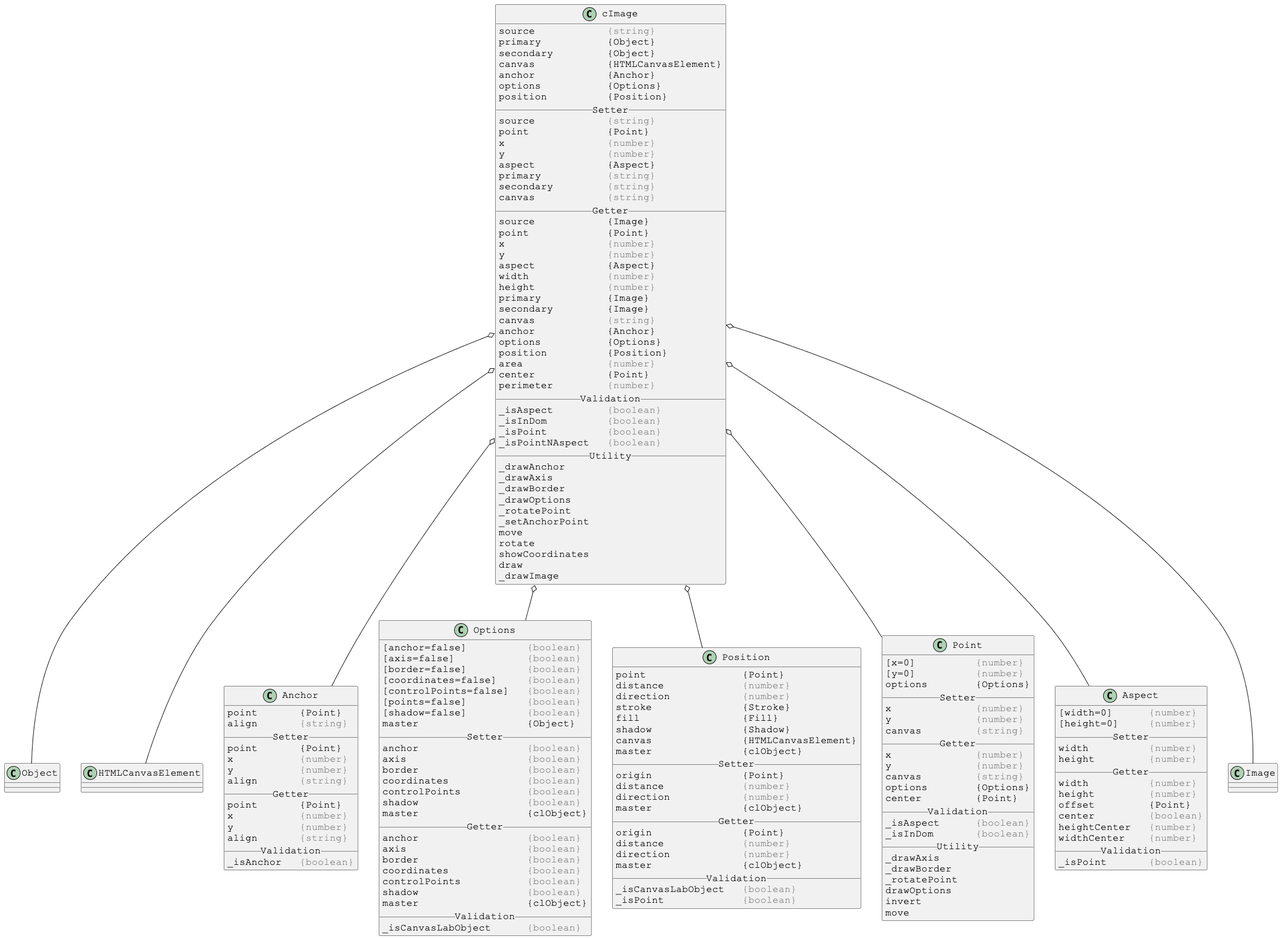
Justin-Byrne/canvasLab keeps this PlantUML diagram as docs/PlantUml/image/linked/cImage-linked.png. Above is the earlier version.
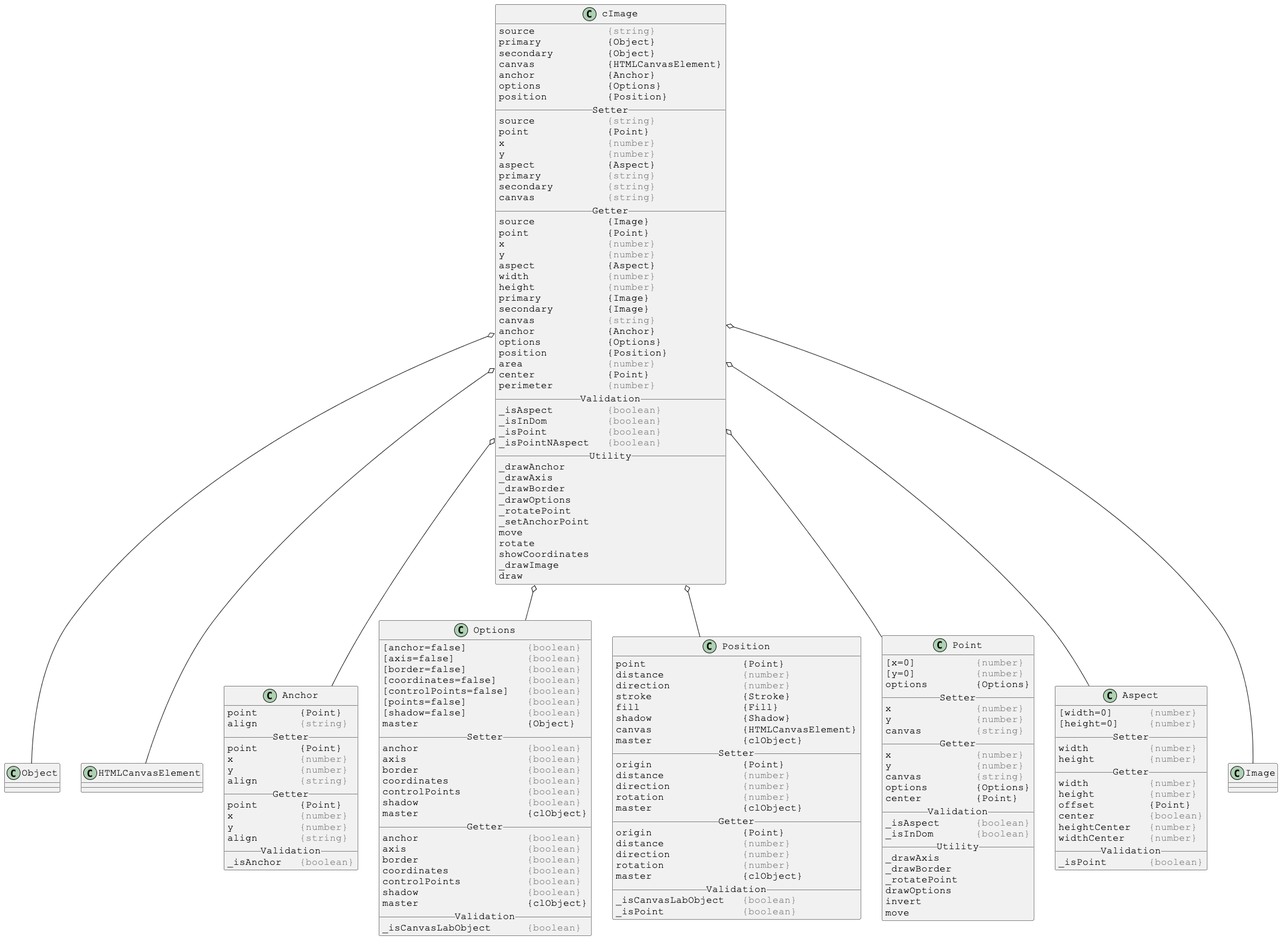
The same diagram one commit later.

Change to the diagram source:
```diff
@@ -52,8 +52,8 @@
 move
 rotate
 showCoordinates
+_drawImage
 draw
-_drawImage
 }
 
 cImage o-- Object
@@ -139,11 +139,13 @@
 origin               {Point}
 distance             <color:gray>{number}</color>
 direction            <color:gray>{number}</color>
+rotation             <color:gray>{number}</color>
 master               {clObject}
 __ Getter __
 origin               {Point}
 distance             <color:gray>{number}</color>
 direction            <color:gray>{number}</color>
+rotation             <color:gray>{number}</color>
 master               {clObject}
 __ Validation __
 _isCanvasLabObject   <color:gray>{boolean}</color>
```
